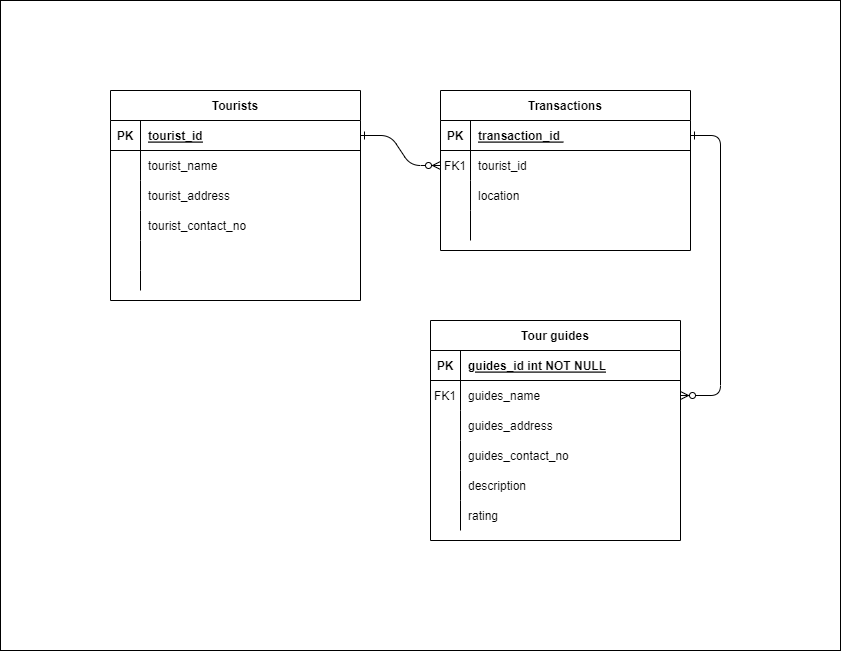
The draw.io diagram p4-node-app/planning/erd-database-design.png in elvinnig/hydroponics, before a commit. Source tidied: cells renumbered, new cells last; positions are measured from the earlier drawing's top-left corner, leaving out a move shared by most shapes.
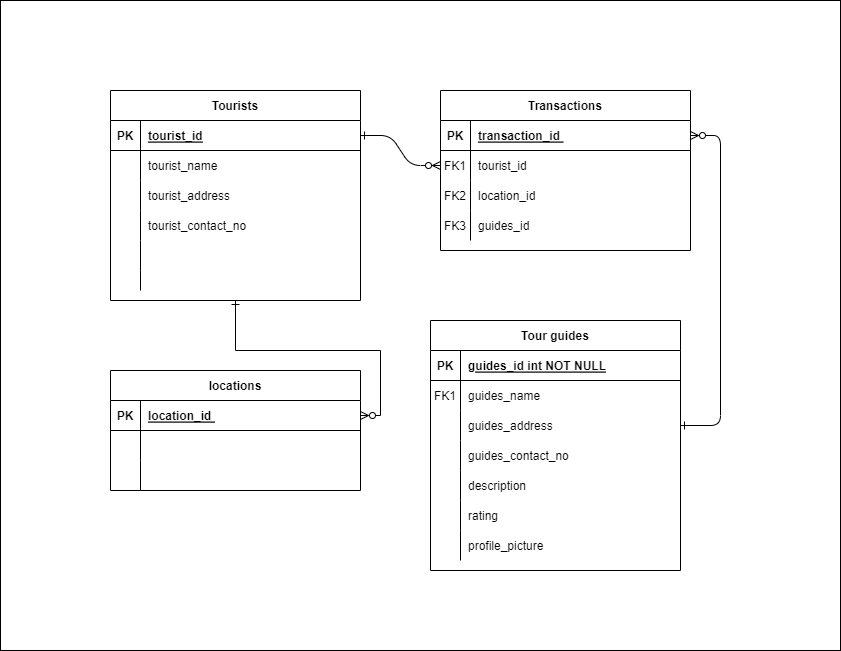
Later version of the same file.

Commit message:
feat: update erd, added models and routes

Change to the diagram source:
```diff
@@ -8,7 +8,7 @@
     <mxCell id="3" style="edgeStyle=entityRelationEdgeStyle;endArrow=ERzeroToMany;startArrow=ERone;endFill=1;startFill=0;" parent="1" edge="1" source="38" target="9">
       <mxGeometry relative="1" as="geometry" />
     </mxCell>
-    <mxCell id="4" style="edgeStyle=entityRelationEdgeStyle;endArrow=ERzeroToMany;startArrow=ERone;endFill=1;startFill=0;" parent="1" edge="1" source="6" target="22">
+    <mxCell id="4" style="edgeStyle=entityRelationEdgeStyle;endArrow=ERone;startArrow=ERzeroToMany;endFill=0;startFill=0;entryX=1;entryY=0.5;entryDx=0;entryDy=0;" parent="1" edge="1" source="6" target="25">
       <mxGeometry relative="1" as="geometry" />
     </mxCell>
     <mxCell id="5" value="Transactions" style="shape=table;startSize=30;rowLines=0;fontStyle=1;align=center;" parent="1" vertex="1">
@@ -35,23 +35,23 @@
     <mxCell id="12" style="shape=partialRectangle;fillColor=none;top=0;left=0;right=0;bottom=0;" parent="5" vertex="1">
       <mxGeometry y="90" width="250" height="30" as="geometry" />
     </mxCell>
-    <mxCell id="13" style="shape=partialRectangle;overflow=hidden;fillColor=none;top=0;left=0;bottom=0;right=0;" parent="12" vertex="1">
+    <mxCell id="13" value="FK2" style="shape=partialRectangle;overflow=hidden;fillColor=none;top=0;left=0;bottom=0;right=0;" parent="12" vertex="1">
       <mxGeometry width="30" height="30" as="geometry" />
     </mxCell>
-    <mxCell id="14" value="location" style="shape=partialRectangle;overflow=hidden;fillColor=none;top=0;left=0;bottom=0;right=0;align=left;spacingLeft=6;" parent="12" vertex="1">
+    <mxCell id="14" value="location_id" style="shape=partialRectangle;overflow=hidden;fillColor=none;top=0;left=0;bottom=0;right=0;align=left;spacingLeft=6;" parent="12" vertex="1">
       <mxGeometry x="30" width="220" height="30" as="geometry" />
     </mxCell>
     <mxCell id="15" style="shape=partialRectangle;fillColor=none;top=0;left=0;right=0;bottom=0;" parent="5" vertex="1">
       <mxGeometry y="120" width="250" height="30" as="geometry" />
     </mxCell>
-    <mxCell id="16" style="shape=partialRectangle;overflow=hidden;fillColor=none;top=0;left=0;bottom=0;right=0;" parent="15" vertex="1">
+    <mxCell id="16" value="FK3" style="shape=partialRectangle;overflow=hidden;fillColor=none;top=0;left=0;bottom=0;right=0;" parent="15" vertex="1">
       <mxGeometry width="30" height="30" as="geometry" />
     </mxCell>
-    <mxCell id="17" style="shape=partialRectangle;overflow=hidden;fillColor=none;top=0;left=0;bottom=0;right=0;align=left;spacingLeft=6;" parent="15" vertex="1">
+    <mxCell id="17" value="guides_id" style="shape=partialRectangle;overflow=hidden;fillColor=none;top=0;left=0;bottom=0;right=0;align=left;spacingLeft=6;" parent="15" vertex="1">
       <mxGeometry x="30" width="220" height="30" as="geometry" />
     </mxCell>
     <mxCell id="18" value="Tour guides" style="shape=table;startSize=30;rowLines=0;fontStyle=1;align=center;" parent="1" vertex="1">
-      <mxGeometry x="430" y="320" width="250" height="220" as="geometry" />
+      <mxGeometry x="430" y="320" width="250" height="250" as="geometry" />
     </mxCell>
     <mxCell id="19" style="shape=partialRectangle;fillColor=none;top=0;left=0;right=0;bottom=1;" parent="18" vertex="1">
       <mxGeometry y="30" width="250" height="30" as="geometry" />
@@ -107,6 +107,18 @@
     <mxCell id="36" value="rating" style="shape=partialRectangle;overflow=hidden;fillColor=none;top=0;left=0;bottom=0;right=0;align=left;spacingLeft=6;" parent="34" vertex="1">
       <mxGeometry x="30" width="220" height="30" as="geometry" />
     </mxCell>
+    <mxCell id="56" style="shape=partialRectangle;fillColor=none;top=0;left=0;right=0;bottom=0;" parent="18" vertex="1">
+      <mxGeometry y="210" width="250" height="30" as="geometry" />
+    </mxCell>
+    <mxCell id="57" style="shape=partialRectangle;overflow=hidden;fillColor=none;top=0;left=0;bottom=0;right=0;" parent="56" vertex="1">
+      <mxGeometry width="30" height="30" as="geometry" />
+    </mxCell>
+    <mxCell id="58" value="profile_picture" style="shape=partialRectangle;overflow=hidden;fillColor=none;top=0;left=0;bottom=0;right=0;align=left;spacingLeft=6;" parent="56" vertex="1">
+      <mxGeometry x="30" width="220" height="30" as="geometry" />
+    </mxCell>
+    <mxCell id="59" style="edgeStyle=orthogonalEdgeStyle;rounded=0;jettySize=auto;html=1;startArrow=ERone;startFill=0;endArrow=ERzeroToMany;endFill=0;" parent="1" edge="1" source="37" target="61">
+      <mxGeometry relative="1" as="geometry" />
+    </mxCell>
     <mxCell id="37" value="Tourists" style="shape=table;startSize=30;rowLines=0;fontStyle=1;align=center;" parent="1" vertex="1">
       <mxGeometry x="110" y="90" width="250" height="210" as="geometry" />
     </mxCell>
@@ -164,5 +176,35 @@
     <mxCell id="55" style="shape=partialRectangle;overflow=hidden;fillColor=none;top=0;left=0;bottom=0;right=0;align=left;spacingLeft=6;" parent="53" vertex="1">
       <mxGeometry x="30" width="220" height="20" as="geometry" />
     </mxCell>
+    <mxCell id="60" value="locations" style="shape=table;startSize=30;rowLines=0;fontStyle=1;align=center;" parent="1" vertex="1">
+      <mxGeometry x="110" y="370" width="250" height="120" as="geometry" />
+    </mxCell>
+    <mxCell id="61" style="shape=partialRectangle;fillColor=none;points=[[0,0.5],[1,0.5]];portConstraint=eastwest;top=0;left=0;right=0;bottom=1;" parent="60" vertex="1">
+      <mxGeometry y="30" width="250" height="30" as="geometry" />
+    </mxCell>
+    <mxCell id="62" value="PK" style="shape=partialRectangle;overflow=hidden;fillColor=none;top=0;left=0;bottom=0;right=0;fontStyle=1;" parent="61" vertex="1">
+      <mxGeometry width="30" height="30" as="geometry" />
+    </mxCell>
+    <mxCell id="63" value="location_id " style="shape=partialRectangle;overflow=hidden;fillColor=none;top=0;left=0;bottom=0;right=0;align=left;spacingLeft=6;fontStyle=5;" parent="61" vertex="1">
+      <mxGeometry x="30" width="220" height="30" as="geometry" />
+    </mxCell>
+    <mxCell id="64" style="shape=partialRectangle;fillColor=none;top=0;left=0;right=0;bottom=0;" parent="60" vertex="1">
+      <mxGeometry y="60" width="250" height="30" as="geometry" />
+    </mxCell>
+    <mxCell id="65" style="shape=partialRectangle;overflow=hidden;fillColor=none;top=0;left=0;bottom=0;right=0;" parent="64" vertex="1">
+      <mxGeometry width="30" height="30" as="geometry" />
+    </mxCell>
+    <mxCell id="66" style="shape=partialRectangle;overflow=hidden;fillColor=none;top=0;left=0;bottom=0;right=0;align=left;spacingLeft=6;" parent="64" vertex="1">
+      <mxGeometry x="30" width="220" height="30" as="geometry" />
+    </mxCell>
+    <mxCell id="67" style="shape=partialRectangle;fillColor=none;top=0;left=0;right=0;bottom=0;" parent="60" vertex="1">
+      <mxGeometry y="90" width="250" height="30" as="geometry" />
+    </mxCell>
+    <mxCell id="68" style="shape=partialRectangle;overflow=hidden;fillColor=none;top=0;left=0;bottom=0;right=0;" parent="67" vertex="1">
+      <mxGeometry width="30" height="30" as="geometry" />
+    </mxCell>
+    <mxCell id="69" style="shape=partialRectangle;overflow=hidden;fillColor=none;top=0;left=0;bottom=0;right=0;align=left;spacingLeft=6;" parent="67" vertex="1">
+      <mxGeometry x="30" width="220" height="30" as="geometry" />
+    </mxCell>
   </root>
 </mxGraphModel>
```
